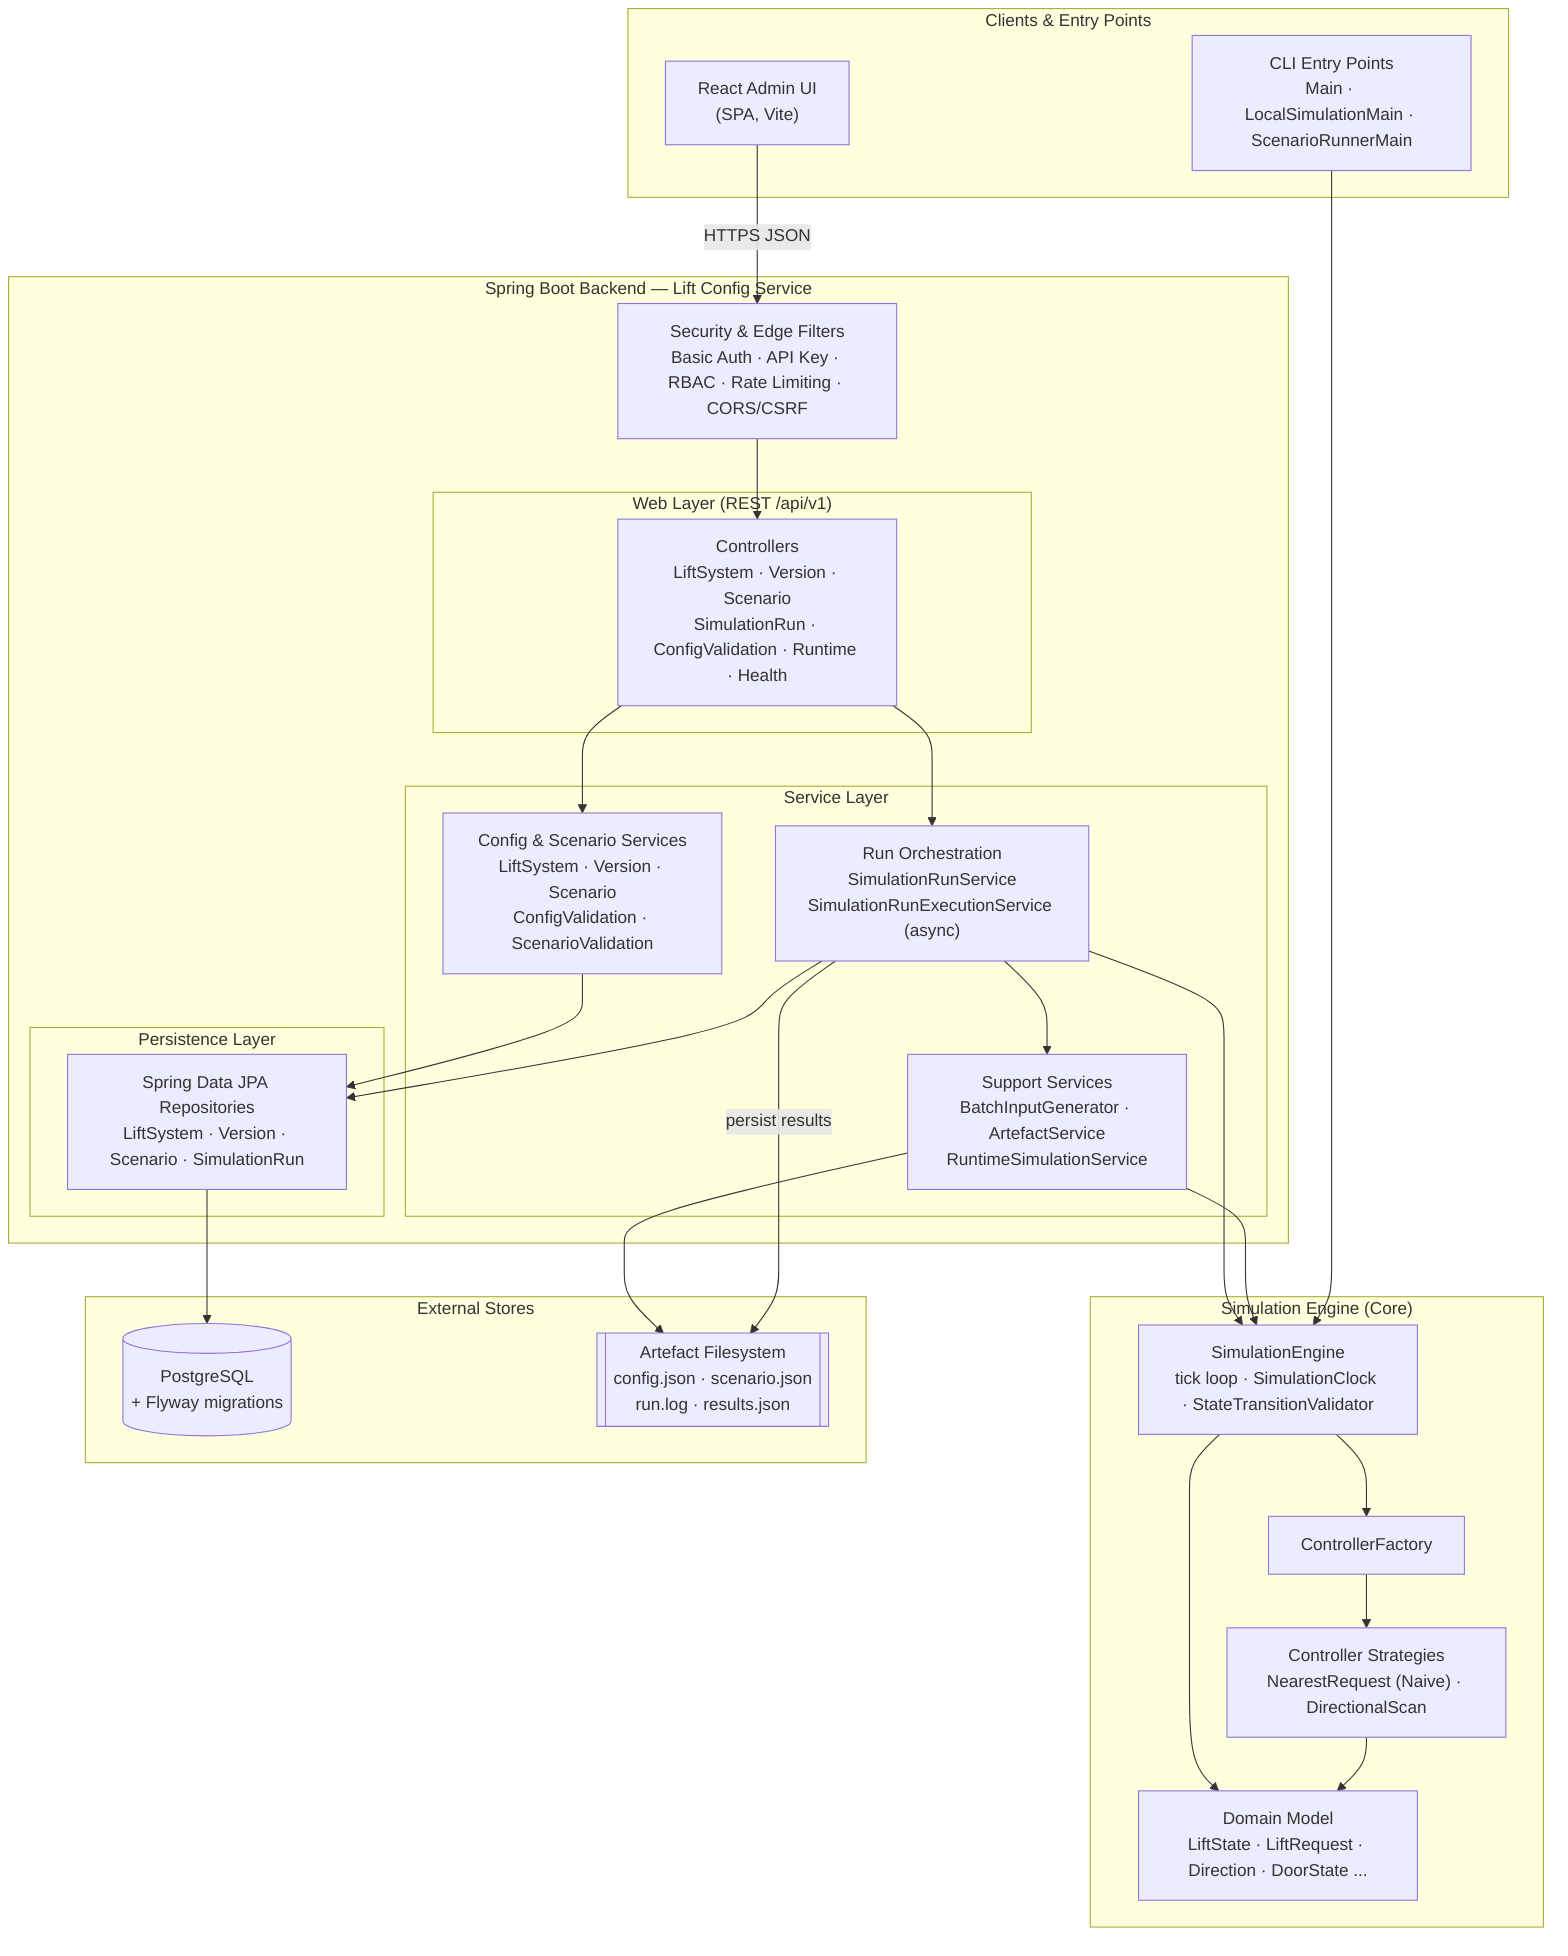
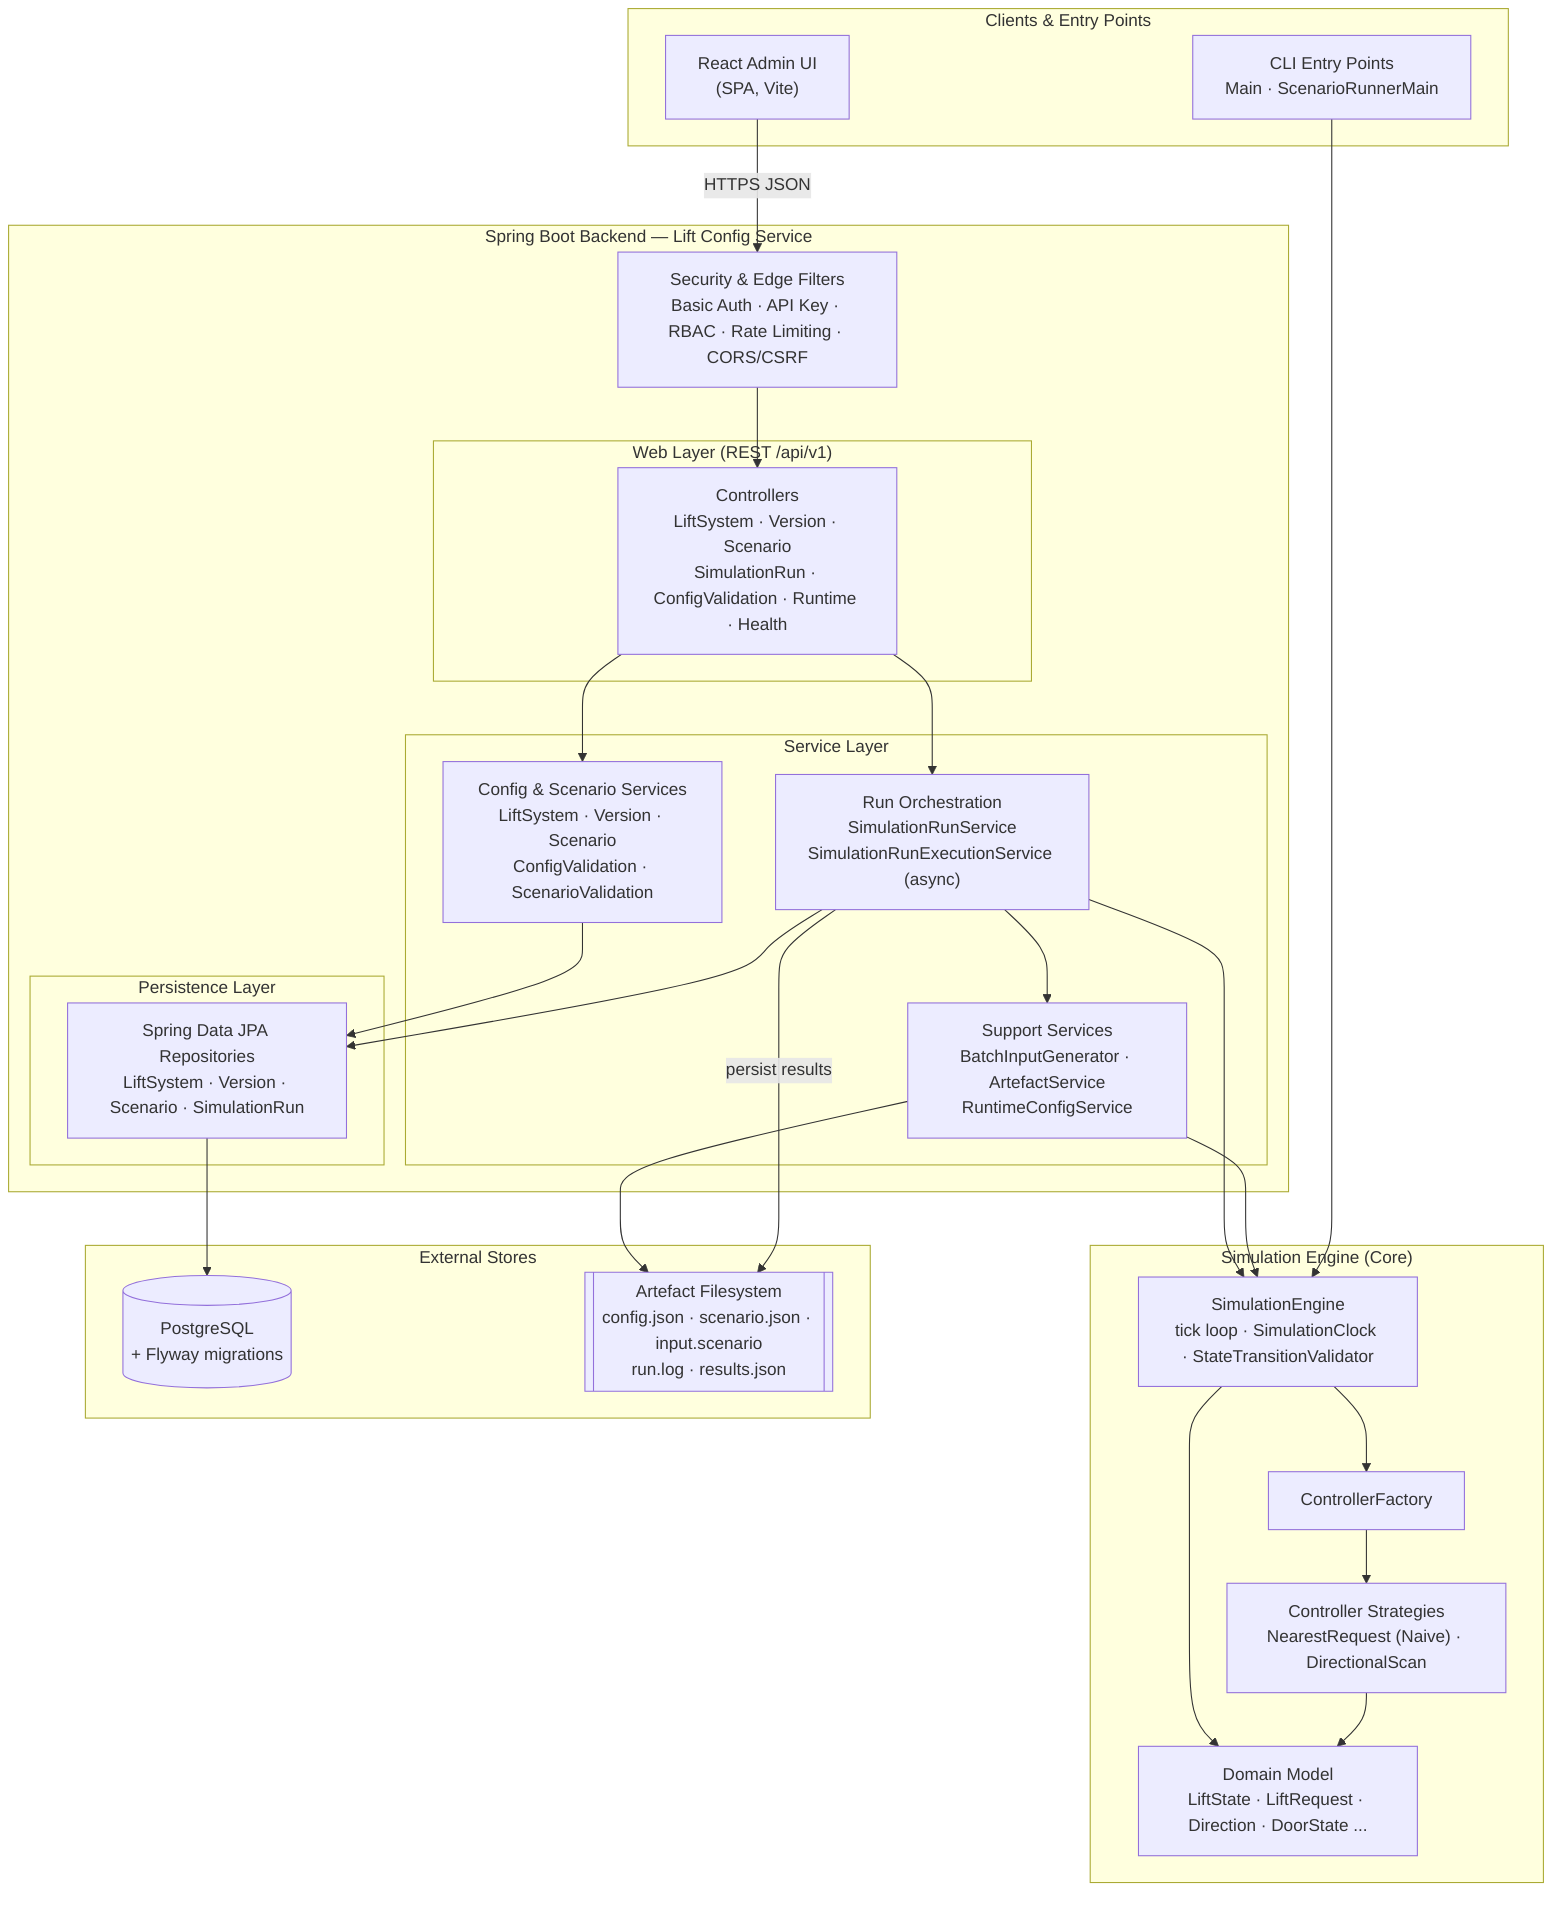
%% High-level architecture of the Lift Simulator.
%% Rendered copy and component explanations live in docs/architecture.md.
graph TD
    subgraph clients["Clients & Entry Points"]
        UI["React Admin UI<br/>(SPA, Vite)"]
-         CLI["CLI Entry Points<br/>Main · LocalSimulationMain · ScenarioRunnerMain"]
+         CLI["CLI Entry Points<br/>Main · ScenarioRunnerMain"]
    end

    subgraph backend["Spring Boot Backend — Lift Config Service"]
        SEC["Security & Edge Filters<br/>Basic Auth · API Key · RBAC · Rate Limiting · CORS/CSRF"]

        subgraph web["Web Layer (REST /api/v1)"]
            CTRL["Controllers<br/>LiftSystem · Version · Scenario<br/>SimulationRun · ConfigValidation · Runtime · Health"]
        end

        subgraph svc["Service Layer"]
            CFGSVC["Config & Scenario Services<br/>LiftSystem · Version · Scenario<br/>ConfigValidation · ScenarioValidation"]
            RUNSVC["Run Orchestration<br/>SimulationRunService<br/>SimulationRunExecutionService (async)"]
-             SUPPORT["Support Services<br/>BatchInputGenerator · ArtefactService<br/>RuntimeSimulationService"]
+             SUPPORT["Support Services<br/>BatchInputGenerator · ArtefactService<br/>RuntimeConfigService"]
        end

        subgraph data["Persistence Layer"]
            REPO["Spring Data JPA Repositories<br/>LiftSystem · Version · Scenario · SimulationRun"]
        end
    end

    subgraph engine["Simulation Engine (Core)"]
        ENG["SimulationEngine<br/>tick loop · SimulationClock · StateTransitionValidator"]
        FACT["ControllerFactory"]
        STRAT["Controller Strategies<br/>NearestRequest (Naive) · DirectionalScan"]
        DOM["Domain Model<br/>LiftState · LiftRequest · Direction · DoorState ..."]
    end

    subgraph stores["External Stores"]
        DB[("PostgreSQL<br/>+ Flyway migrations")]
-         FS[["Artefact Filesystem<br/>config.json · scenario.json<br/>run.log · results.json"]]
+         FS[["Artefact Filesystem<br/>config.json · scenario.json · input.scenario<br/>run.log · results.json"]]
    end

    UI -->|"HTTPS JSON"| SEC
    SEC --> CTRL
    CTRL --> CFGSVC
    CTRL --> RUNSVC
    CFGSVC --> REPO
    RUNSVC --> SUPPORT
    RUNSVC --> REPO
    RUNSVC --> ENG
    SUPPORT --> FS
    SUPPORT --> ENG
    REPO --> DB

    CLI --> ENG
    ENG --> FACT
    FACT --> STRAT
    ENG --> DOM
    STRAT --> DOM
    RUNSVC -->|"persist results"| FS
